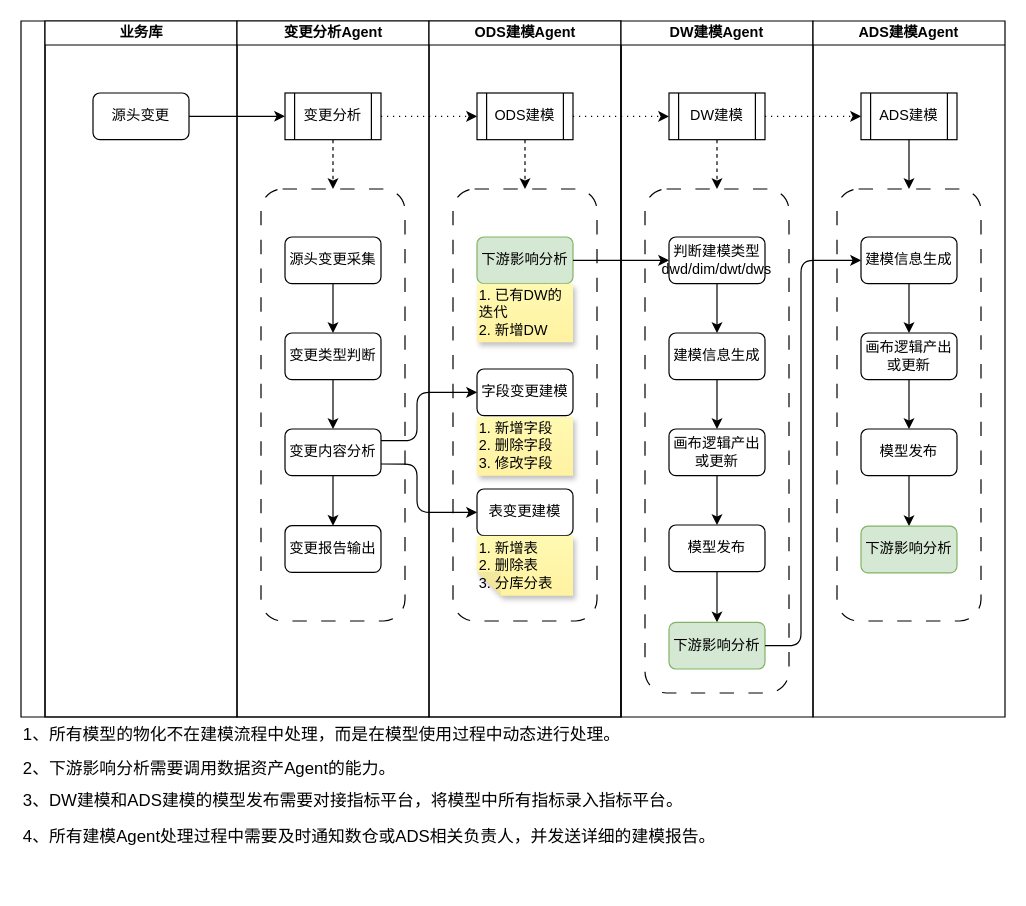
Above: biz_flow/智能建模业务流程图.drawio in hlld3344/diagrams (draw.io), before the change. Source tidied: cells renumbered, new cells numbered last; positions are measured from the earlier drawing's top-left corner, leaving out a move shared by most shapes. Both pictures are drawn from the tidied source at 120%, with x=0, y=0 at pixel (20, 20).
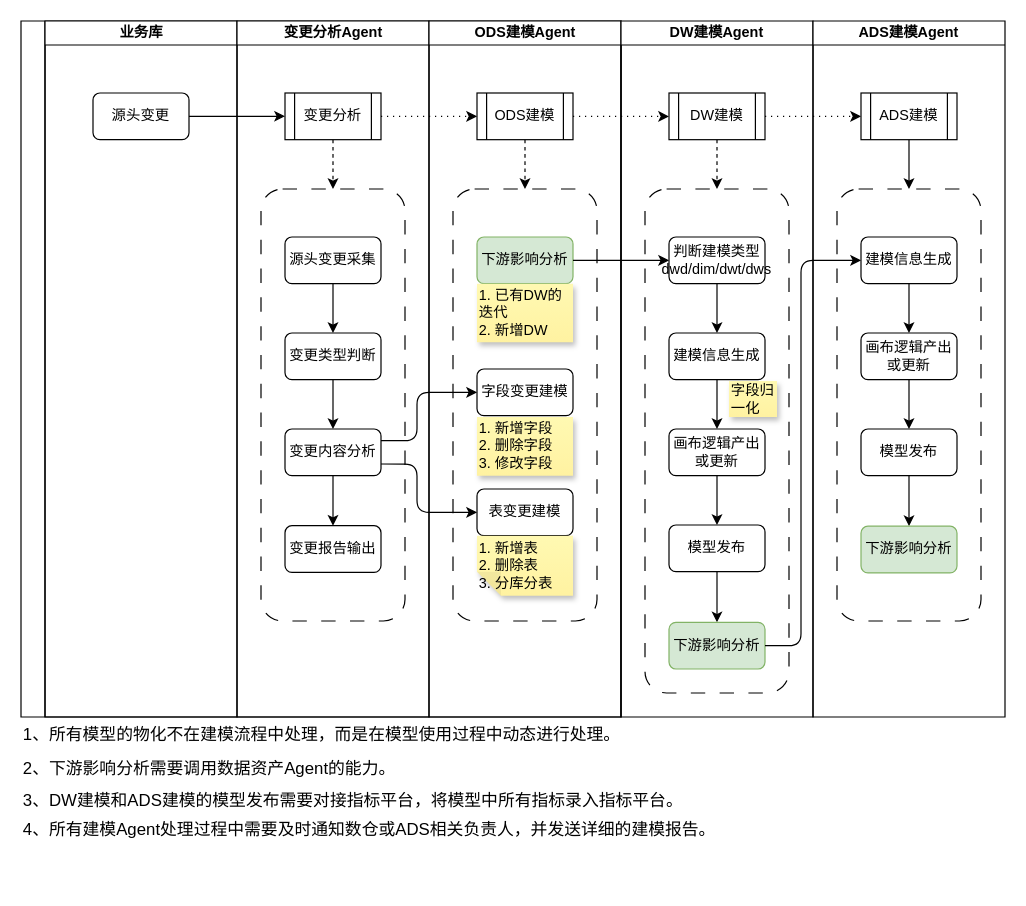
After the change.

Commit message:
更新智能建模业务流程图.drawio

Unchanged cells that the change refers to:
```xml
<mxCell id="3" style="group;" parent="2" vertex="1">
  <mxGeometry width="820" height="720" as="geometry" />
</mxCell>
<mxCell id="32" value="DW建模Agent" style="swimlane;startSize=20;whiteSpace=wrap;html=1;" parent="3" vertex="1">
  <mxGeometry x="500" width="160" height="580" as="geometry" />
</mxCell>
```

Diff of the diagram source:
```diff
@@
+    <mxCell id="61" value="字段归一化" style="shape=note;whiteSpace=wrap;html=1;backgroundOutline=1;fontColor=#000000;darkOpacity=0.05;fillColor=#FFF9B2;strokeColor=none;fillStyle=solid;direction=west;gradientDirection=north;gradientColor=#FFF2A1;shadow=1;size=0;align=left;" parent="32" vertex="1">
+      <mxGeometry x="90" y="300" width="40" height="30" as="geometry" />
+    </mxCell>
@@
-    <mxCell id="47" value="&lt;div style=&quot;line-height: 40%;&quot;&gt;&lt;h1 style=&quot;margin-top: 0px; line-height: 40%;&quot;&gt;&lt;span style=&quot;font-weight: 400;&quot;&gt;&lt;font style=&quot;font-size: 14px; line-height: 40%;&quot;&gt;1、所有模型的物化不在建模流程中处理，而是在模型使用过程中动态进行处理。&lt;/font&gt;&lt;/span&gt;&lt;/h1&gt;&lt;div&gt;&lt;h1 style=&quot;margin-top: 0px; line-height: 9.6px;&quot;&gt;&lt;span style=&quot;font-weight: 400;&quot;&gt;&lt;font style=&quot;font-size: 14px; line-height: 5.6px;&quot;&gt;2、下游影响分析需要调用数据资产Agent的能力。&lt;/font&gt;&lt;/span&gt;&lt;/h1&gt;&lt;h1 style=&quot;margin-top: 0px; line-height: 9.6px;&quot;&gt;&lt;span style=&quot;background-color: transparent; color: light-dark(rgb(0, 0, 0), rgb(255, 255, 255)); font-weight: normal; font-size: 14px;&quot;&gt;3、&lt;/span&gt;&lt;span style=&quot;background-color: transparent; color: light-dark(rgb(0, 0, 0), rgb(255, 255, 255)); font-weight: normal; font-size: 14px;&quot;&gt;DW建模和ADS建模的模型发布需要对接指标平台，将模型中所有指标录入指标平台。&lt;/span&gt;&lt;/h1&gt;&lt;h1 style=&quot;margin-top: 0px; line-height: 9.6px;&quot;&gt;&lt;span style=&quot;background-color: transparent; color: light-dark(rgb(0, 0, 0), rgb(255, 255, 255)); font-size: 14px; font-weight: normal;&quot;&gt;4、所有建模Agent处理过程中需要及时通知数仓或ADS相关负责人，并发送详细的建模报告。&lt;/span&gt;&lt;/h1&gt;&lt;/div&gt;&lt;div&gt;&lt;br&gt;&lt;/div&gt;&lt;/div&gt;" style="text;html=1;whiteSpace=wrap;overflow=hidden;rounded=0;" parent="3" vertex="1">
+    <mxCell id="47" value="&lt;div style=&quot;line-height: 40%;&quot;&gt;&lt;h1 style=&quot;margin-top: 0px; line-height: 40%;&quot;&gt;&lt;span style=&quot;font-weight: 400;&quot;&gt;&lt;font style=&quot;font-size: 14px; line-height: 40%;&quot;&gt;1、所有模型的物化不在建模流程中处理，而是在模型使用过程中动态进行处理。&lt;/font&gt;&lt;/span&gt;&lt;/h1&gt;&lt;div&gt;&lt;h1 style=&quot;margin-top: 0px; line-height: 9.6px;&quot;&gt;&lt;span style=&quot;font-weight: 400;&quot;&gt;&lt;font style=&quot;font-size: 14px; line-height: 5.6px;&quot;&gt;2、下游影响分析需要调用数据资产Agent的能力。&lt;/font&gt;&lt;/span&gt;&lt;/h1&gt;&lt;h1 style=&quot;margin-top: 0px; line-height: 9.6px;&quot;&gt;&lt;span style=&quot;background-color: transparent; color: light-dark(rgb(0, 0, 0), rgb(255, 255, 255)); font-weight: normal; font-size: 14px;&quot;&gt;3、&lt;/span&gt;&lt;span style=&quot;background-color: transparent; color: light-dark(rgb(0, 0, 0), rgb(255, 255, 255)); font-weight: normal; font-size: 14px;&quot;&gt;DW建模和ADS建模的模型发布需要对接指标平台，将模型中所有指标录入指标平台。&lt;/span&gt;&lt;/h1&gt;&lt;div&gt;&lt;span style=&quot;background-color: transparent; color: light-dark(rgb(0, 0, 0), rgb(255, 255, 255)); font-size: 14px;&quot;&gt;4、所有建模Agent处理过程中需要及时通知数仓或ADS相关负责人，并发送详细的建模报告。&lt;/span&gt;&lt;/div&gt;&lt;/div&gt;&lt;div&gt;&lt;br&gt;&lt;/div&gt;&lt;/div&gt;" style="text;html=1;whiteSpace=wrap;overflow=hidden;rounded=0;" parent="3" vertex="1">
       <mxGeometry y="580" width="820" height="120" as="geometry" />
     </mxCell>
```
